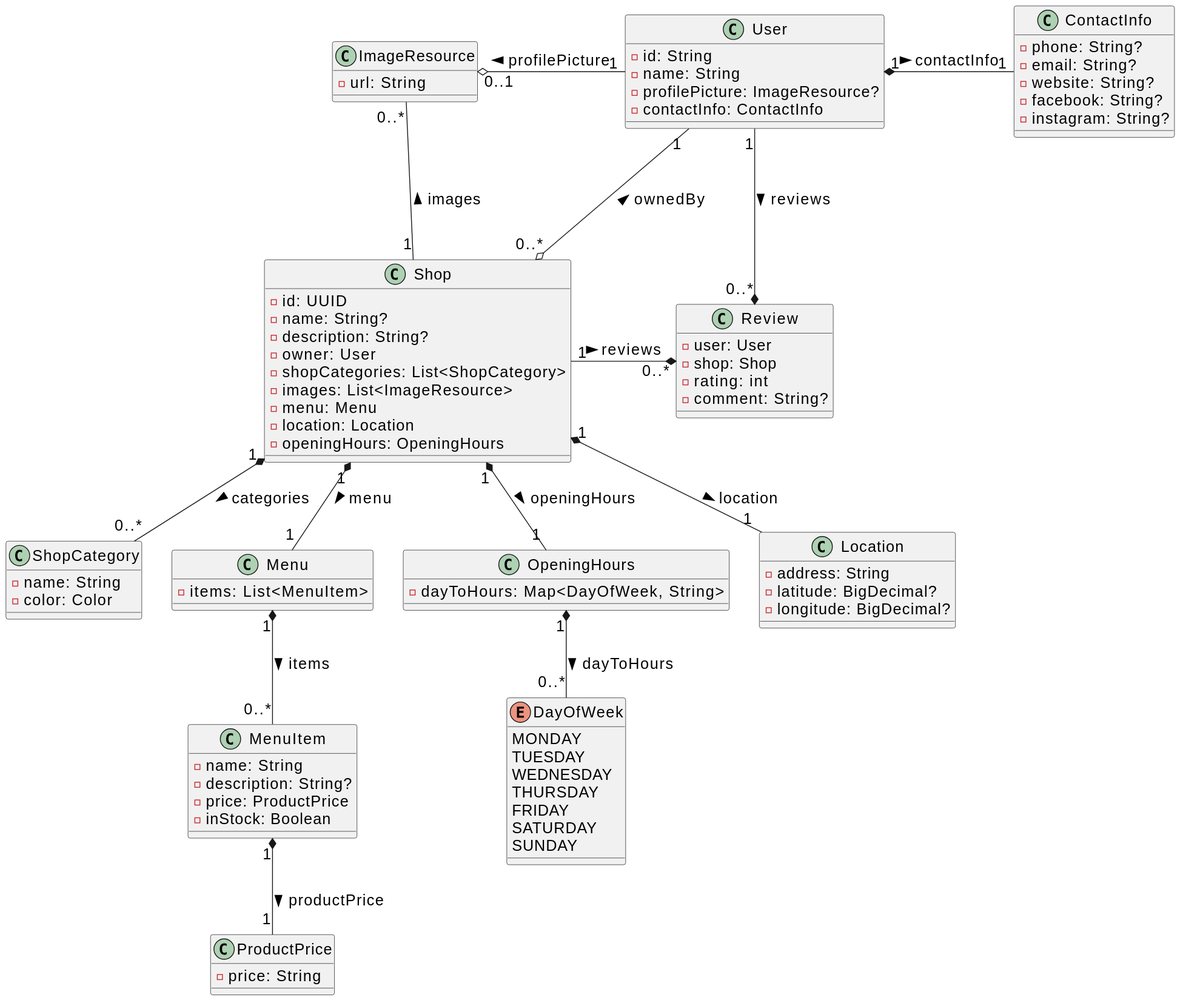
tondracek/my-farmer keeps this PlantUML diagram as docs/diagram-img/class_diagram.svg. Above is the earlier version.
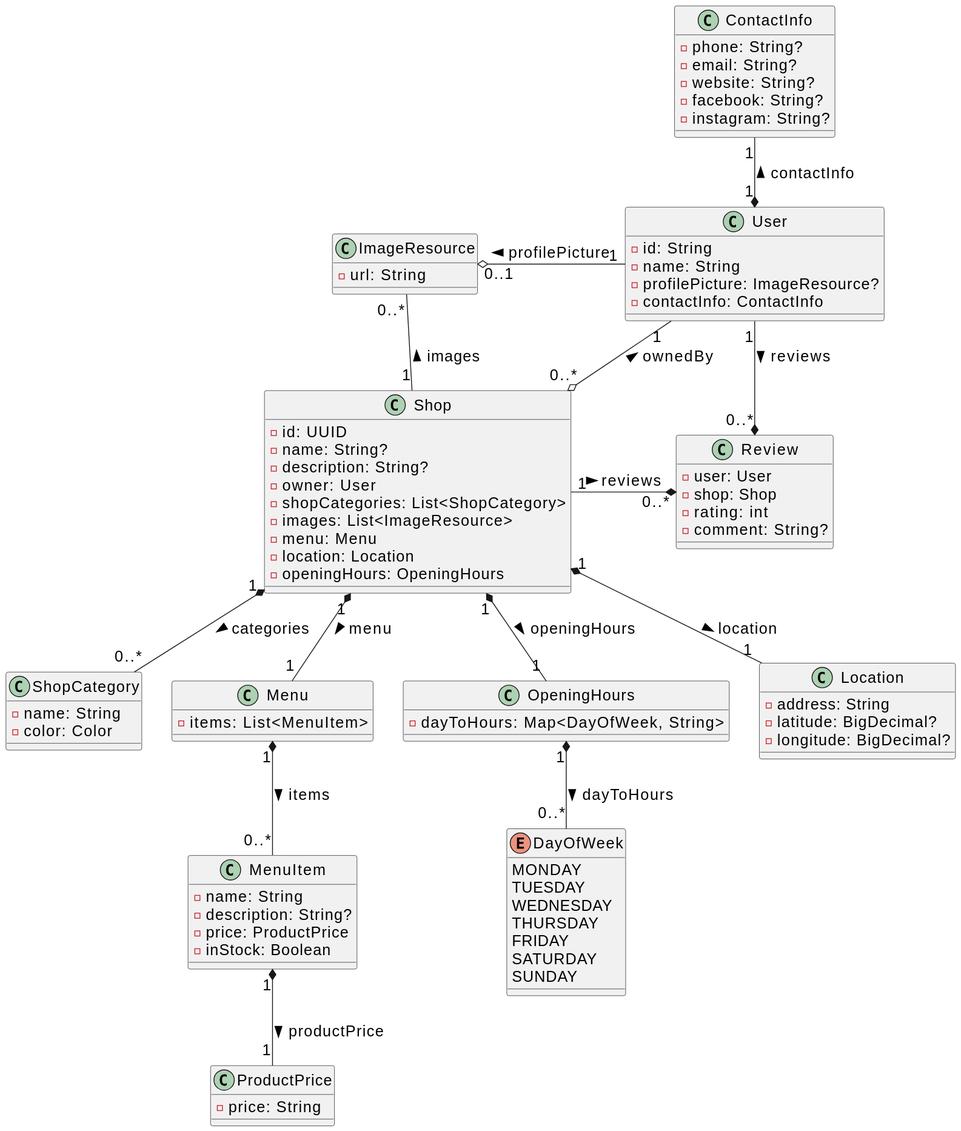
After the change.

Commit message:
🖼️ Auto-update UML diagrams

The edit, as a diff of the source:
```diff
@@ -26,7 +26,7 @@
     - instagram: String?
 }
 
-User "1" *- "1" ContactInfo : contactInfo >
+User "1" *-U- "1" ContactInfo : contactInfo >
 
 
 class Shop {
@@ -41,9 +41,9 @@
     - openingHours: OpeningHours
 }
 
-User "1" ---o "0..*" Shop : ownedBy <
+User "1" --o "0..*" Shop : ownedBy <
 
-Shop "1" -- "0..*" ImageResource : images >
+Shop "1" -U- "0..*" ImageResource : images >
 
 
 class ShopCategory {
```
